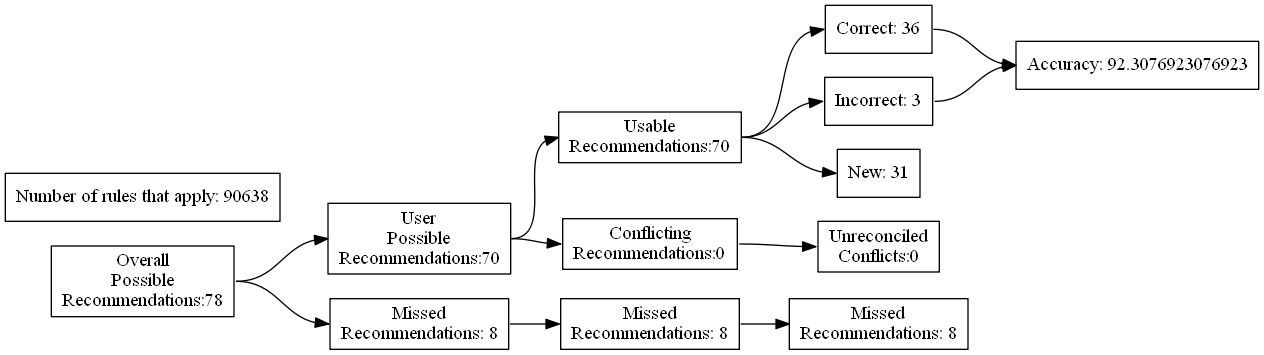
Earlier version of the Graphviz export test_renders/16.gv.png (ZaxR/ibd_diet_analysis). Its source is kept beside it as test_renders/16.gv.
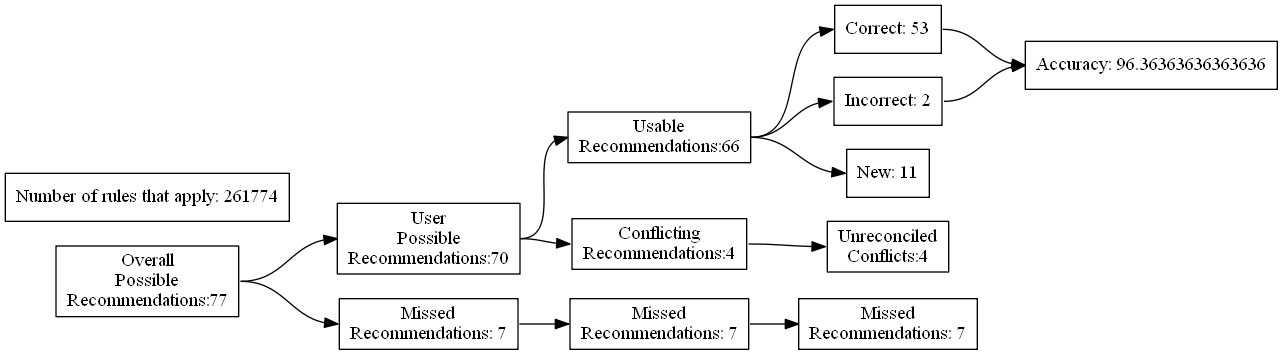
Above is the later version.

Diff of the diagram source:
```diff
@@ -4,27 +4,27 @@
 	edge [headport=w tailport=e]
 		A [label="Overall
 Possible
-Recommendations:78"]
+Recommendations:77"]
 		B [label="User
 Possible
 Recommendations:70"]
 		C [label="Missed
-Recommendations: 8"]
+Recommendations: 7"]
 		D [label="Usable
-Recommendations:70"]
+Recommendations:66"]
 		E [label="Conflicting
-Recommendations:0"]
+Recommendations:4"]
 		J [label="Missed
-Recommendations: 8"]
+Recommendations: 7"]
 		M [label="Unreconciled
-Conflicts:0"]
-		F [label="Correct: 36"]
-		G [label="Incorrect: 3"]
-		H [label="New: 31"]
+Conflicts:4"]
+		F [label="Correct: 53"]
+		G [label="Incorrect: 2"]
+		H [label="New: 11"]
 		K [label="Missed
-Recommendations: 8"]
-		I [label="Accuracy: 92.3076923076923"]
-		l [label="Number of rules that apply: 90638"]
+Recommendations: 7"]
+		I [label="Accuracy: 96.36363636363636"]
+		l [label="Number of rules that apply: 261774"]
 			A -> B
 			A -> C
 			B -> D
```
